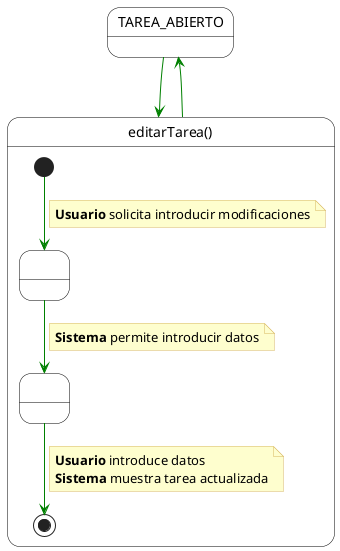
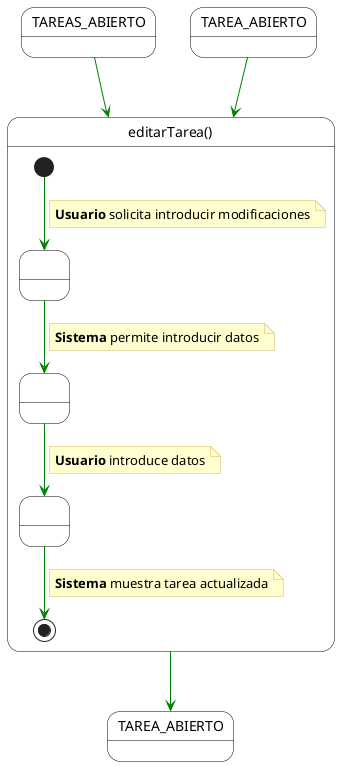
- @startuml
+ @startuml editarTarea
skinparam state {
    BackgroundColor White
    BorderColor Black
    ArrowColor #008000
}
skinparam note {
    BackgroundColor #FEFECE
    BorderColor #D7B75F
}

- state TAREA_ABIERTO
+ state TAREAS_ABIERTO
+ state "TAREA_ABIERTO" as TAREA_ABIERTO_IN

state "editarTarea()" as editarTarea {
    state " " as Inicio <<start>>
-     state " " as Edicion
-     state " " as Guardado
+     state " " as Estado1
+     state " " as Estado2
+     state " " as Estado3
    state " " as Fin <<end>>

-     Inicio --> Edicion
+     Inicio --> Estado1
    note on link
        <b>Usuario</b> solicita introducir modificaciones
    end note

-     Edicion --> Guardado
+     Estado1 --> Estado2
    note on link
        <b>Sistema</b> permite introducir datos
    end note

-     Guardado --> Fin
+     Estado2 --> Estado3
    note on link
        <b>Usuario</b> introduce datos
+     end note
+ 
+     Estado3 --> Fin
+     note on link
        <b>Sistema</b> muestra tarea actualizada
    end note
}

- TAREA_ABIERTO --> editarTarea
- editarTarea --> TAREA_ABIERTO
+ state "TAREA_ABIERTO" as TAREA_ABIERTO_OUT
+ 
+ TAREAS_ABIERTO --> editarTarea
+ TAREA_ABIERTO_IN --> editarTarea
+ editarTarea --> TAREA_ABIERTO_OUT
@enduml